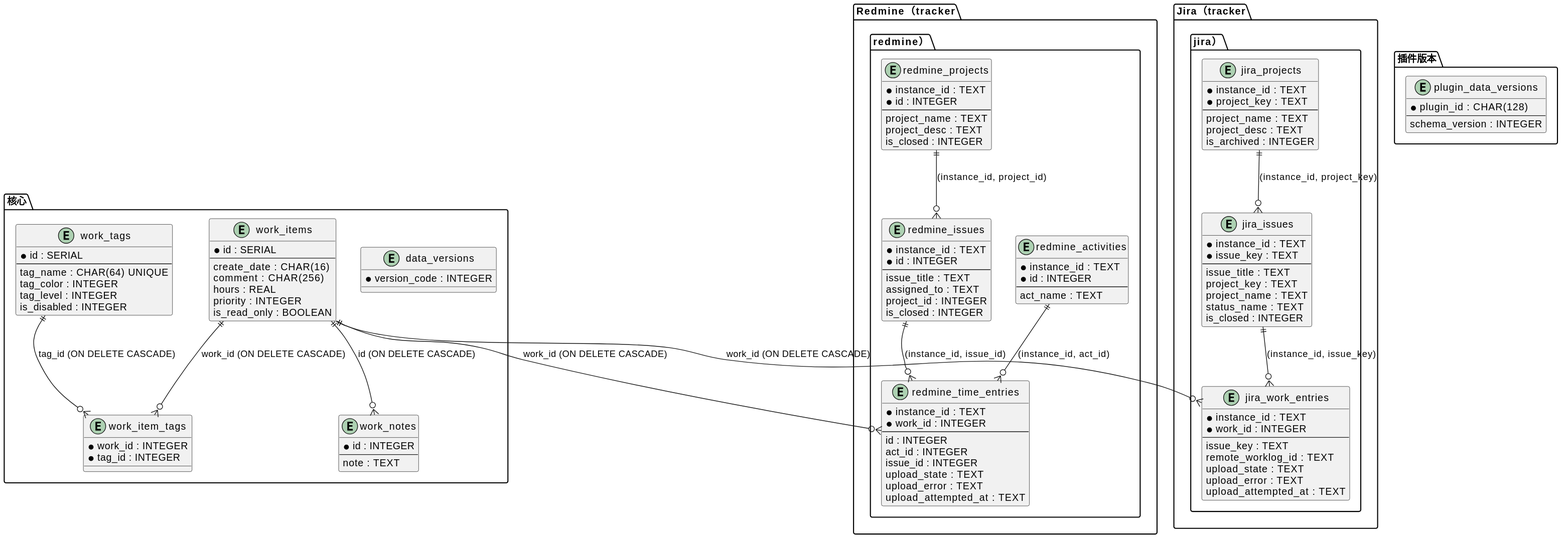
Earlier version of the PlantUML export Docs/diagrams/database-schema.svg (micro123/diary-app).
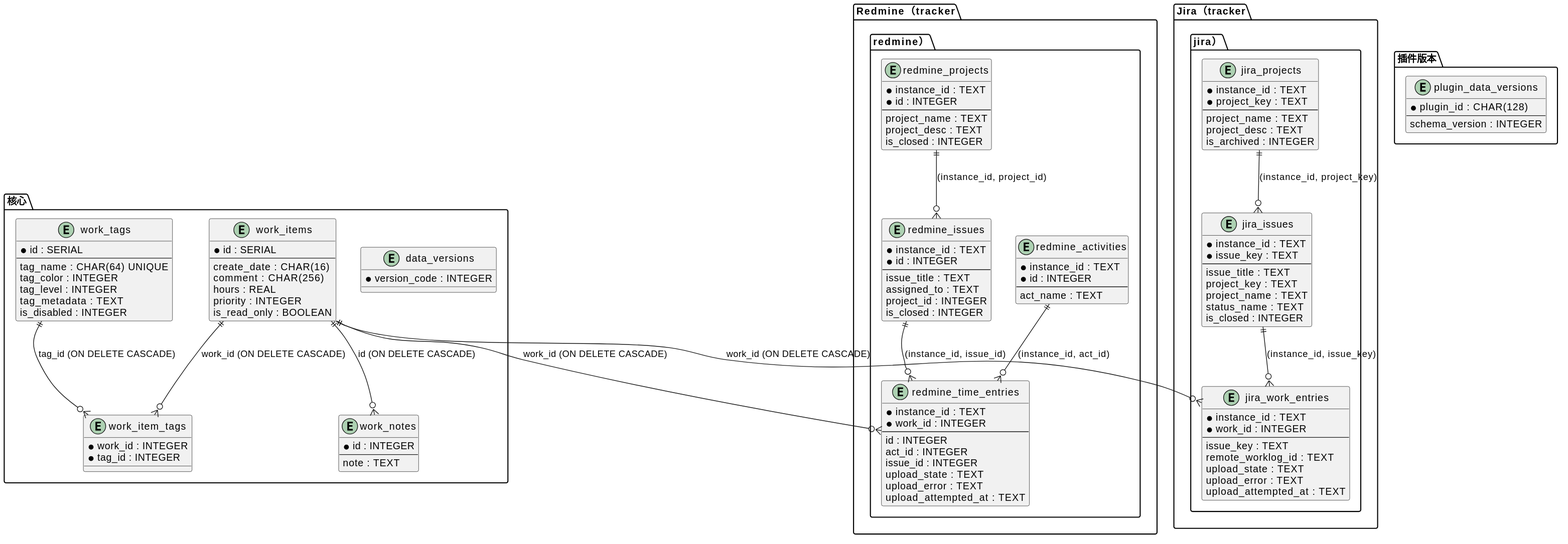
Above is the later version.

The edit, as a diff of the source:
```diff
@@ -8,6 +8,7 @@
     tag_name : CHAR(64) UNIQUE
     tag_color : INTEGER
     tag_level : INTEGER
+    tag_metadata : TEXT
     is_disabled : INTEGER
   }
   entity "work_items" as work_items {
```
